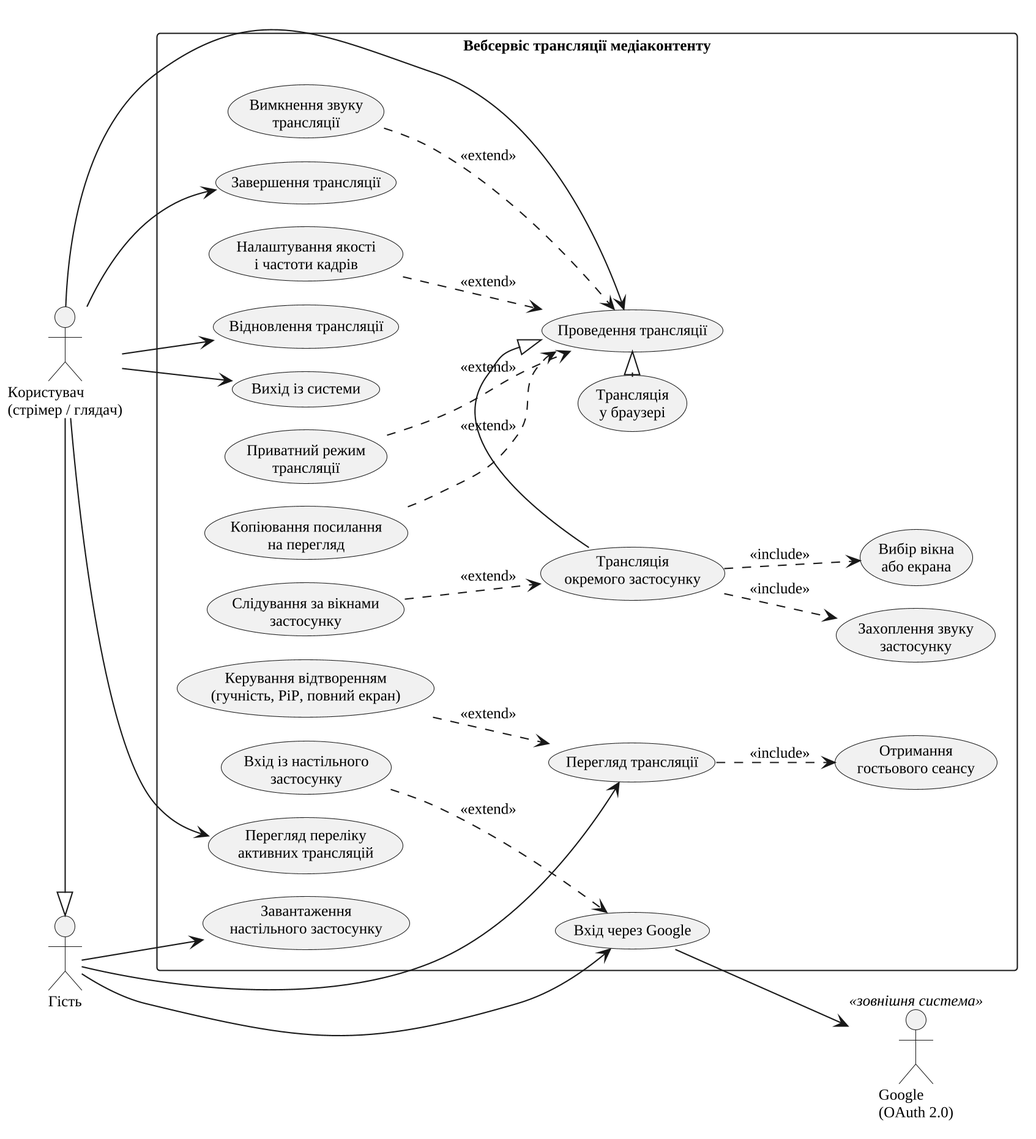
Earlier version of the PlantUML export thesis/diagrams/fig-use-cases.png (Nikitos1926/stream-share).
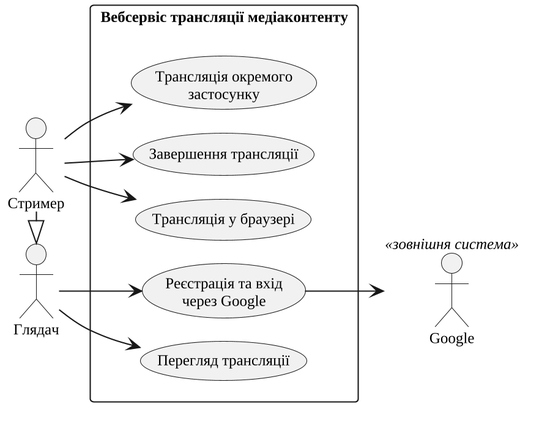
The same diagram one commit later.

What changed in the source:
```diff
@@ -8,58 +8,25 @@
 skinparam packageStyle rectangle
 left to right direction
 
-actor "Гість" as Guest
-actor "Користувач\n(стрімер / глядач)" as User
-actor "Google\n(OAuth 2.0)" as Google <<зовнішня система>>
+actor "Глядач" as Viewer
+actor "Стример" as Streamer
+actor "Google" as Google <<зовнішня система>>
 
-User -|> Guest
+Streamer -|> Viewer
 
 rectangle "Вебсервіс трансляції медіаконтенту" {
+  usecase "Реєстрація та вхід\nчерез Google" as UC_SignIn
   usecase "Перегляд трансляції" as UC_Watch
-  usecase "Отримання\nгостьового сеансу" as UC_GuestSession
-  usecase "Керування відтворенням\n(гучність, PiP, повний екран)" as UC_Playback
-  usecase "Завантаження\nнастільного застосунку" as UC_Download
-
-  usecase "Вхід через Google" as UC_Login
-  usecase "Вхід із настільного\nзастосунку" as UC_DesktopLogin
-  usecase "Вихід із системи" as UC_Logout
-  usecase "Перегляд переліку\nактивних трансляцій" as UC_List
-
-  usecase "Проведення трансляції" as UC_Stream
-  usecase "Трансляція\nу браузері" as UC_BrowserStream
-  usecase "Трансляція\nокремого застосунку" as UC_AppStream
-  usecase "Вибір вікна\nабо екрана" as UC_PickSource
-  usecase "Захоплення звуку\nзастосунку" as UC_AppAudio
-  usecase "Слідування за вікнами\nзастосунку" as UC_Follow
-  usecase "Налаштування якості\nі частоти кадрів" as UC_Quality
-  usecase "Приватний режим\nтрансляції" as UC_Private
-  usecase "Копіювання посилання\nна перегляд" as UC_Link
-  usecase "Вимкнення звуку\nтрансляції" as UC_Mute
+  usecase "Трансляція у браузері" as UC_Browser
+  usecase "Трансляція окремого\nзастосунку" as UC_App
   usecase "Завершення трансляції" as UC_End
-  usecase "Відновлення трансляції" as UC_Reconnect
 }
 
-Guest --> UC_Watch
-Guest --> UC_Download
-Guest --> UC_Login
-UC_Watch ..> UC_GuestSession : <<include>>
-UC_Playback ..> UC_Watch : <<extend>>
-UC_DesktopLogin ..> UC_Login : <<extend>>
-UC_Login --> Google
+Viewer --> UC_SignIn
+Viewer --> UC_Watch
+UC_SignIn --> Google
 
-User --> UC_Logout
-User --> UC_List
-User --> UC_Stream
-User --> UC_End
-User --> UC_Reconnect
-
-UC_BrowserStream -|> UC_Stream
-UC_AppStream -|> UC_Stream
-UC_AppStream ..> UC_PickSource : <<include>>
-UC_AppStream ..> UC_AppAudio : <<include>>
-UC_Follow ..> UC_AppStream : <<extend>>
-UC_Quality ..> UC_Stream : <<extend>>
-UC_Private ..> UC_Stream : <<extend>>
-UC_Link ..> UC_Stream : <<extend>>
-UC_Mute ..> UC_Stream : <<extend>>
+Streamer --> UC_Browser
+Streamer --> UC_App
+Streamer --> UC_End
 @enduml
```
